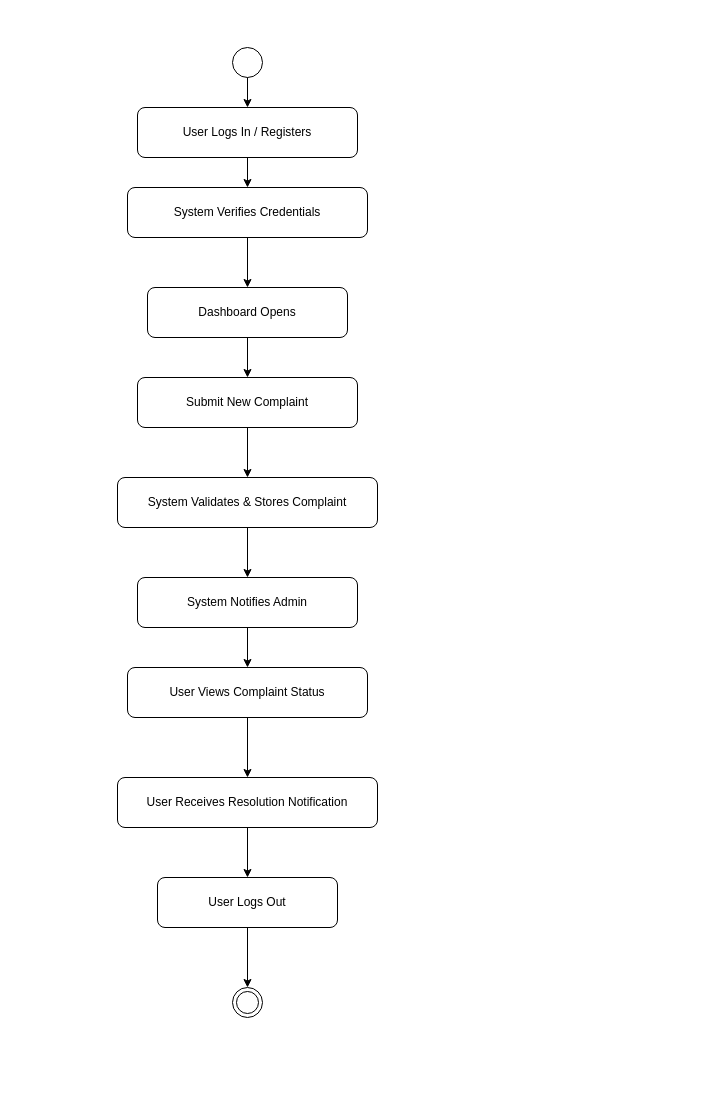
This is UML diagrams/userActivity.drawio from shitkarjidnesh/FixMyCity, a draw.io file, before an edit. Source tidied: cells renumbered, new cells numbered last; positions are measured from the earlier drawing's top-left corner, leaving out a move shared by most shapes. Both pictures are drawn from the tidied source at 100%, with x=0, y=0 at pixel (117, 47).
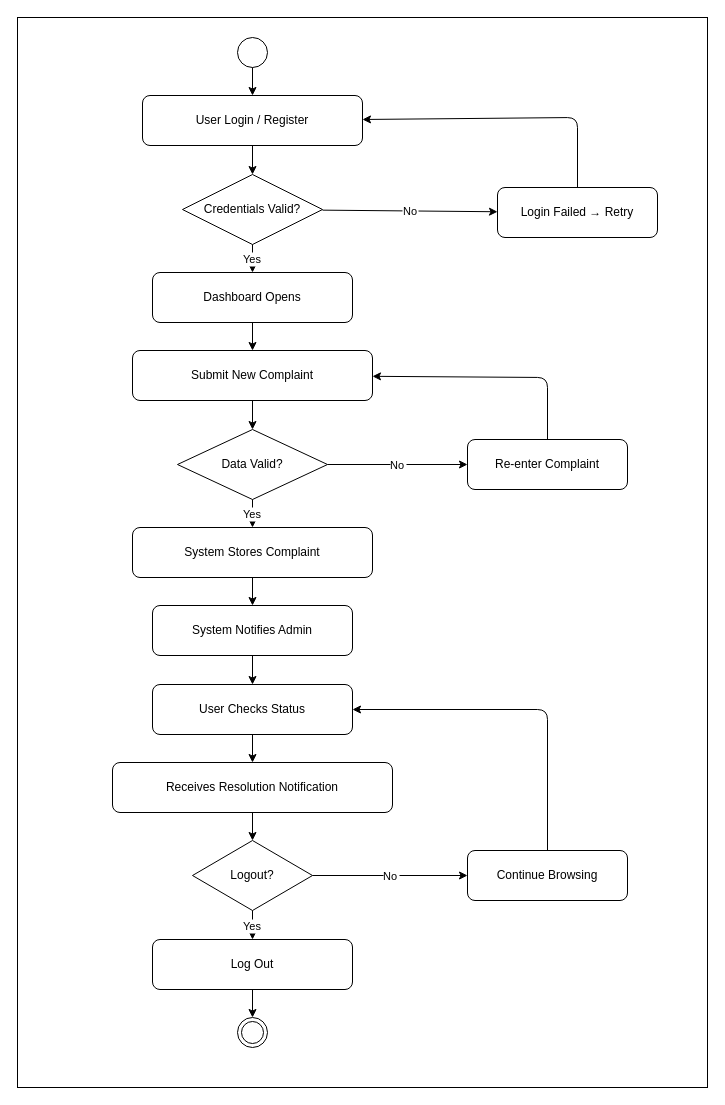
After the change.

Diff of the diagram source:
```diff
@@
+    <mxCell id="23" style="rounded=0;whiteSpace=wrap;html=1;" parent="1" vertex="1">
+      <mxGeometry x="-100" y="-30" width="690" height="1070" as="geometry" />
+    </mxCell>
     <mxCell id="2" style="shape=ellipse;" parent="1" vertex="1">
-      <mxGeometry x="115" width="30" height="30" as="geometry" />
+      <mxGeometry x="120" y="-10" width="30" height="30" as="geometry" />
     </mxCell>
-    <mxCell id="3" value="User Logs In / Registers" style="rounded=1;whiteSpace=wrap;html=1;" parent="1" vertex="1">
-      <mxGeometry x="20" y="60" width="220" height="50" as="geometry" />
+    <mxCell id="3" value="User Login / Register" style="rounded=1;whiteSpace=wrap;" parent="1" vertex="1">
+      <mxGeometry x="25" y="48" width="220" height="50" as="geometry" />
     </mxCell>
-    <mxCell id="4" value="System Verifies Credentials" style="rounded=1;whiteSpace=wrap;html=1;" parent="1" vertex="1">
-      <mxGeometry x="10" y="140" width="240" height="50" as="geometry" />
-    </mxCell>
+    <mxCell id="24" value="Credentials Valid?" style="shape=rhombus;whiteSpace=wrap;" parent="1" vertex="1">
+      <mxGeometry x="65" y="127" width="140" height="70" as="geometry" />
+    </mxCell>
+    <mxCell id="25" value="Login Failed → Retry" style="rounded=1;whiteSpace=wrap;" parent="1" vertex="1">
+      <mxGeometry x="380" y="140" width="160" height="50" as="geometry" />
+    </mxCell>
-    <mxCell id="5" value="Dashboard Opens" style="rounded=1;whiteSpace=wrap;html=1;" parent="1" vertex="1">
-      <mxGeometry x="30" y="240" width="200" height="50" as="geometry" />
+    <mxCell id="5" value="Dashboard Opens" style="rounded=1;whiteSpace=wrap;" parent="1" vertex="1">
+      <mxGeometry x="35" y="225" width="200" height="50" as="geometry" />
     </mxCell>
-    <mxCell id="6" value="Submit New Complaint" style="rounded=1;whiteSpace=wrap;html=1;" parent="1" vertex="1">
-      <mxGeometry x="20" y="330" width="220" height="50" as="geometry" />
+    <mxCell id="6" value="Submit New Complaint" style="rounded=1;whiteSpace=wrap;" parent="1" vertex="1">
+      <mxGeometry x="15" y="303" width="240" height="50" as="geometry" />
     </mxCell>
+    <mxCell id="26" value="Data Valid?" style="shape=rhombus;whiteSpace=wrap;" parent="1" vertex="1">
+      <mxGeometry x="60" y="382" width="150" height="70" as="geometry" />
+    </mxCell>
+    <mxCell id="27" value="Re-enter Complaint" style="rounded=1;whiteSpace=wrap;" parent="1" vertex="1">
+      <mxGeometry x="350" y="392" width="160" height="50" as="geometry" />
+    </mxCell>
-    <mxCell id="7" value="System Validates &amp; Stores Complaint" style="rounded=1;whiteSpace=wrap;html=1;" parent="1" vertex="1">
-      <mxGeometry y="430" width="260" height="50" as="geometry" />
+    <mxCell id="7" value="System Stores Complaint" style="rounded=1;whiteSpace=wrap;" parent="1" vertex="1">
+      <mxGeometry x="15" y="480" width="240" height="50" as="geometry" />
     </mxCell>
-    <mxCell id="8" value="System Notifies Admin" style="rounded=1;whiteSpace=wrap;html=1;" parent="1" vertex="1">
-      <mxGeometry x="20" y="530" width="220" height="50" as="geometry" />
+    <mxCell id="8" value="System Notifies Admin" style="rounded=1;whiteSpace=wrap;" parent="1" vertex="1">
+      <mxGeometry x="35" y="558" width="200" height="50" as="geometry" />
     </mxCell>
-    <mxCell id="9" value="User Views Complaint Status" style="rounded=1;whiteSpace=wrap;html=1;" parent="1" vertex="1">
-      <mxGeometry x="10" y="620" width="240" height="50" as="geometry" />
+    <mxCell id="9" value="User Checks Status" style="rounded=1;whiteSpace=wrap;" parent="1" vertex="1">
+      <mxGeometry x="35" y="637" width="200" height="50" as="geometry" />
     </mxCell>
-    <mxCell id="10" value="User Receives Resolution Notification" style="rounded=1;whiteSpace=wrap;html=1;" parent="1" vertex="1">
-      <mxGeometry y="730" width="260" height="50" as="geometry" />
+    <mxCell id="10" value="Receives Resolution Notification" style="rounded=1;whiteSpace=wrap;" parent="1" vertex="1">
+      <mxGeometry x="-5" y="715" width="280" height="50" as="geometry" />
     </mxCell>
+    <mxCell id="28" value="Logout?" style="shape=rhombus;whiteSpace=wrap;" parent="1" vertex="1">
+      <mxGeometry x="75" y="793" width="120" height="70" as="geometry" />
+    </mxCell>
+    <mxCell id="29" value="Continue Browsing" style="rounded=1;whiteSpace=wrap;" parent="1" vertex="1">
+      <mxGeometry x="350" y="803" width="160" height="50" as="geometry" />
+    </mxCell>
-    <mxCell id="11" value="User Logs Out" style="rounded=1;whiteSpace=wrap;html=1;" parent="1" vertex="1">
-      <mxGeometry x="40" y="830" width="180" height="50" as="geometry" />
+    <mxCell id="11" value="Log Out" style="rounded=1;whiteSpace=wrap;" parent="1" vertex="1">
+      <mxGeometry x="35" y="892" width="200" height="50" as="geometry" />
     </mxCell>
     <mxCell id="12" style="shape=doubleEllipse;" parent="1" vertex="1">
-      <mxGeometry x="115" y="940" width="30" height="30" as="geometry" />
+      <mxGeometry x="120" y="970" width="30" height="30" as="geometry" />
     </mxCell>
-    <mxCell id="13" style="endArrow=classic;rounded=1;" parent="1" edge="1" source="2" target="3">
+    <mxCell id="13" parent="1" edge="1" source="2" target="3">
       <mxGeometry relative="1" as="geometry" />
     </mxCell>
-    <mxCell id="14" style="endArrow=classic;rounded=1;" parent="1" edge="1" source="3" target="4">
-      <mxGeometry relative="1" as="geometry" />
-    </mxCell>
-    <mxCell id="15" style="endArrow=classic;rounded=1;" parent="1" edge="1" source="4" target="5">
-      <mxGeometry relative="1" as="geometry" />
-    </mxCell>
+    <mxCell id="30" parent="1" edge="1" source="3" target="24">
+      <mxGeometry relative="1" as="geometry" />
+    </mxCell>
+    <mxCell id="31" value="No" parent="1" edge="1" source="24" target="25">
+      <mxGeometry relative="1" as="geometry" />
+    </mxCell>
+    <mxCell id="32" parent="1" edge="1" source="25" target="3">
+      <mxGeometry relative="1" as="geometry">
+        <Array as="points">
+          <mxPoint x="460" y="70" />
+        </Array>
+      </mxGeometry>
+    </mxCell>
+    <mxCell id="33" value="Yes" parent="1" edge="1" source="24" target="5">
+      <mxGeometry relative="1" as="geometry" />
+    </mxCell>
-    <mxCell id="16" style="endArrow=classic;rounded=1;" parent="1" edge="1" source="5" target="6">
+    <mxCell id="16" parent="1" edge="1" source="5" target="6">
       <mxGeometry relative="1" as="geometry" />
     </mxCell>
-    <mxCell id="17" style="endArrow=classic;rounded=1;" parent="1" edge="1" source="6" target="7">
-      <mxGeometry relative="1" as="geometry" />
-    </mxCell>
+    <mxCell id="34" parent="1" edge="1" source="6" target="26">
+      <mxGeometry relative="1" as="geometry" />
+    </mxCell>
+    <mxCell id="35" value="No" parent="1" edge="1" source="26" target="27">
+      <mxGeometry relative="1" as="geometry" />
+    </mxCell>
+    <mxCell id="36" parent="1" edge="1" source="27" target="6">
+      <mxGeometry relative="1" as="geometry">
+        <Array as="points">
+          <mxPoint x="430" y="330" />
+        </Array>
+      </mxGeometry>
+    </mxCell>
+    <mxCell id="37" value="Yes" parent="1" edge="1" source="26" target="7">
+      <mxGeometry relative="1" as="geometry" />
+    </mxCell>
-    <mxCell id="18" style="endArrow=classic;rounded=1;" parent="1" edge="1" source="7" target="8">
+    <mxCell id="18" parent="1" edge="1" source="7" target="8">
       <mxGeometry relative="1" as="geometry" />
     </mxCell>
-    <mxCell id="19" style="endArrow=classic;rounded=1;" parent="1" edge="1" source="8" target="9">
+    <mxCell id="19" parent="1" edge="1" source="8" target="9">
       <mxGeometry relative="1" as="geometry" />
     </mxCell>
-    <mxCell id="20" style="endArrow=classic;rounded=1;" parent="1" edge="1" source="9" target="10">
+    <mxCell id="20" parent="1" edge="1" source="9" target="10">
       <mxGeometry relative="1" as="geometry" />
     </mxCell>
-    <mxCell id="21" style="endArrow=classic;rounded=1;" parent="1" edge="1" source="10" target="11">
-      <mxGeometry relative="1" as="geometry" />
-    </mxCell>
+    <mxCell id="38" parent="1" edge="1" source="10" target="28">
+      <mxGeometry relative="1" as="geometry" />
+    </mxCell>
+    <mxCell id="39" value="No" parent="1" edge="1" source="28" target="29">
+      <mxGeometry relative="1" as="geometry" />
+    </mxCell>
+    <mxCell id="40" parent="1" edge="1" source="29" target="9">
+      <mxGeometry relative="1" as="geometry">
+        <Array as="points">
+          <mxPoint x="430" y="662" />
+        </Array>
+      </mxGeometry>
+    </mxCell>
+    <mxCell id="41" value="Yes" parent="1" edge="1" source="28" target="11">
+      <mxGeometry relative="1" as="geometry" />
+    </mxCell>
-    <mxCell id="22" style="endArrow=classic;rounded=1;" parent="1" edge="1" source="11" target="12">
+    <mxCell id="22" parent="1" edge="1" source="11" target="12">
       <mxGeometry relative="1" as="geometry" />
     </mxCell>
```
